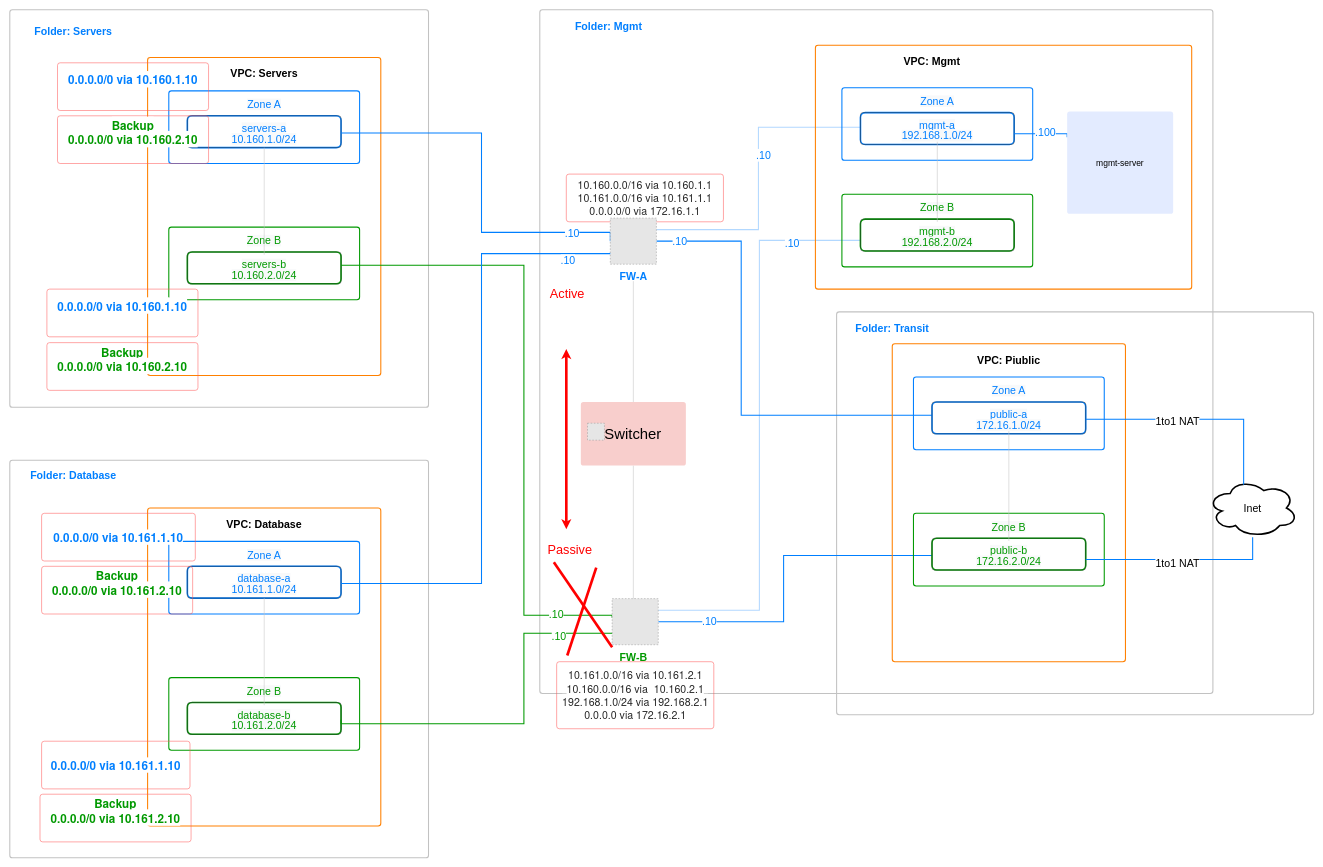
Above: network-sec/checkpoint-2VM_active-passive/images/network_diagram_final.drawio in yandex-cloud/yc-solution-library-for-security (draw.io), before the change. Source tidied: cells renumbered, new cells numbered last; positions are measured from the earlier drawing's top-left corner, leaving out a move shared by most shapes. Both pictures are drawn from the tidied source at 53%, with x=0, y=0 at pixel (10, 10). Pictures stored in the file or linked from it are replaced by grey dashed boxes.
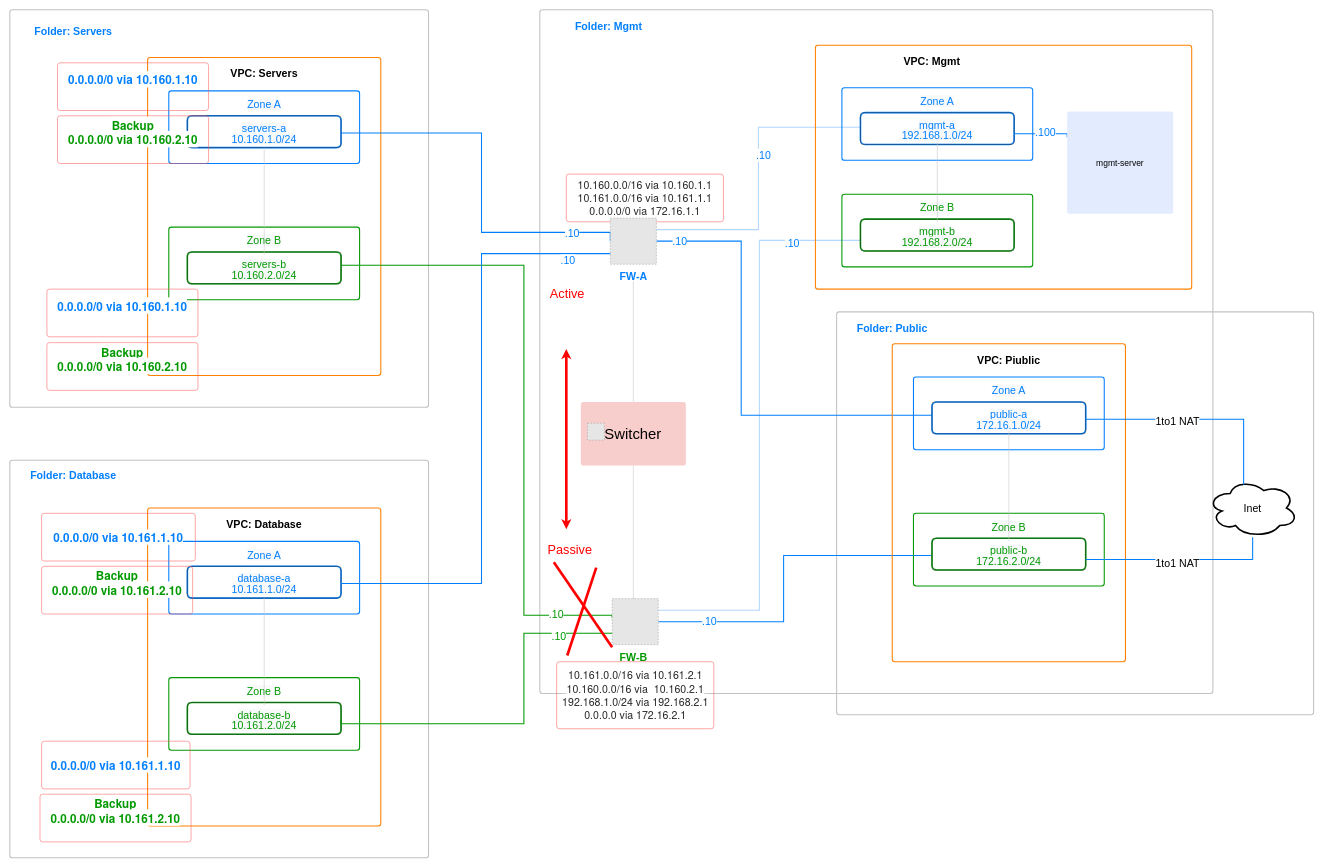
Above is the later version.

Change to the diagram source:
```diff
@@
-    <mxCell id="102" value="Folder: Transit" style="text;html=1;strokeColor=none;fillColor=none;align=center;verticalAlign=middle;whiteSpace=wrap;rounded=0;fontStyle=1;fontSize=20;fontColor=#007FFF;" parent="1" vertex="1">
+    <mxCell id="102" value="Folder: Public" style="text;html=1;strokeColor=none;fillColor=none;align=center;verticalAlign=middle;whiteSpace=wrap;rounded=0;fontStyle=1;fontSize=20;fontColor=#007FFF;" parent="1" vertex="1">
       <mxGeometry x="1555" y="590" width="220" height="20" as="geometry" />
     </mxCell>
```
